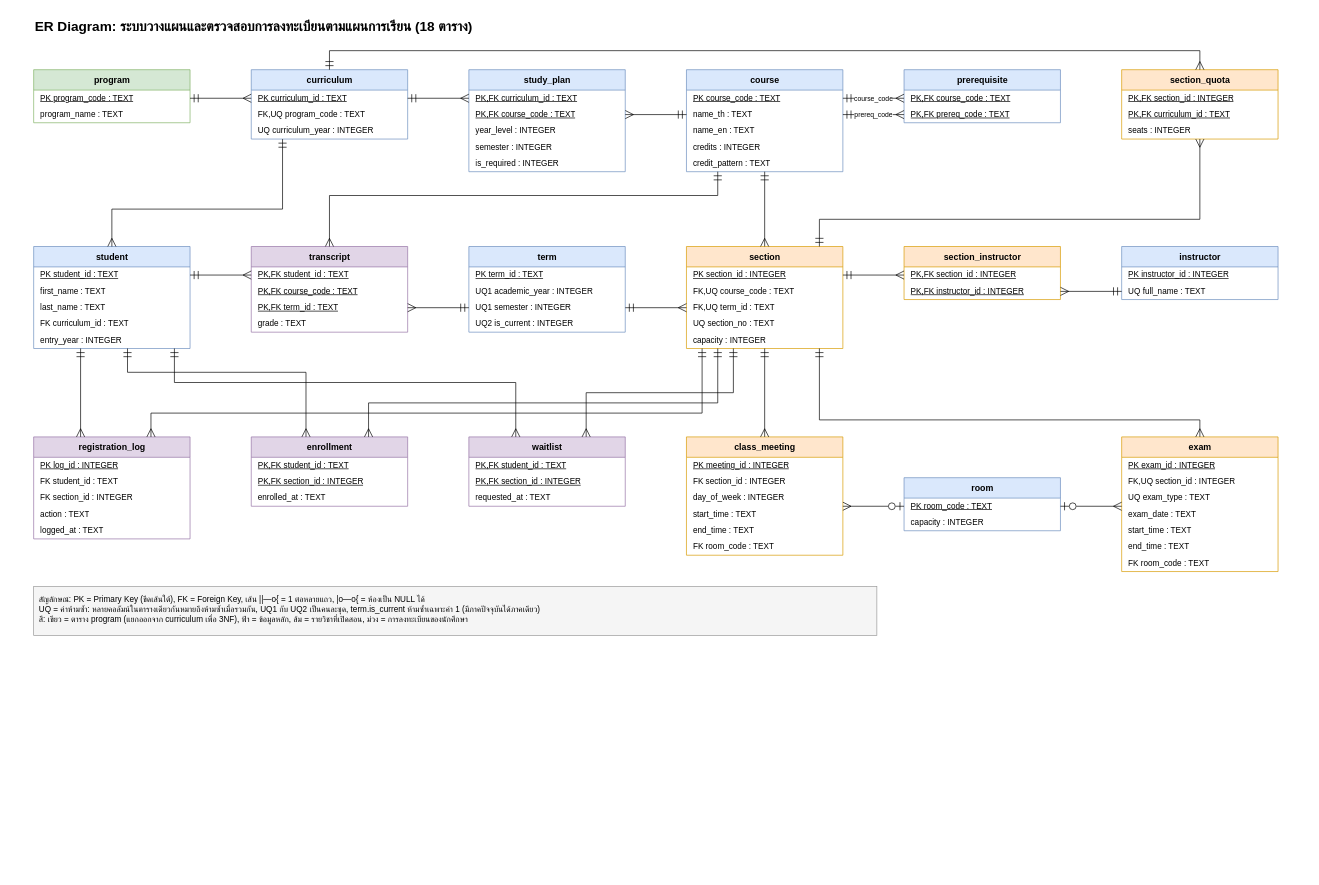
This is Diagrams/registration-er.drawio from winxtxrgit/db-mini-project-registration, a draw.io file, before an edit. Source tidied: cells renumbered, new cells numbered last; positions are measured from the earlier drawing's top-left corner, leaving out a move shared by most shapes. Both pictures are drawn from the tidied source at 68%, with x=0, y=0 at pixel (33, 12).
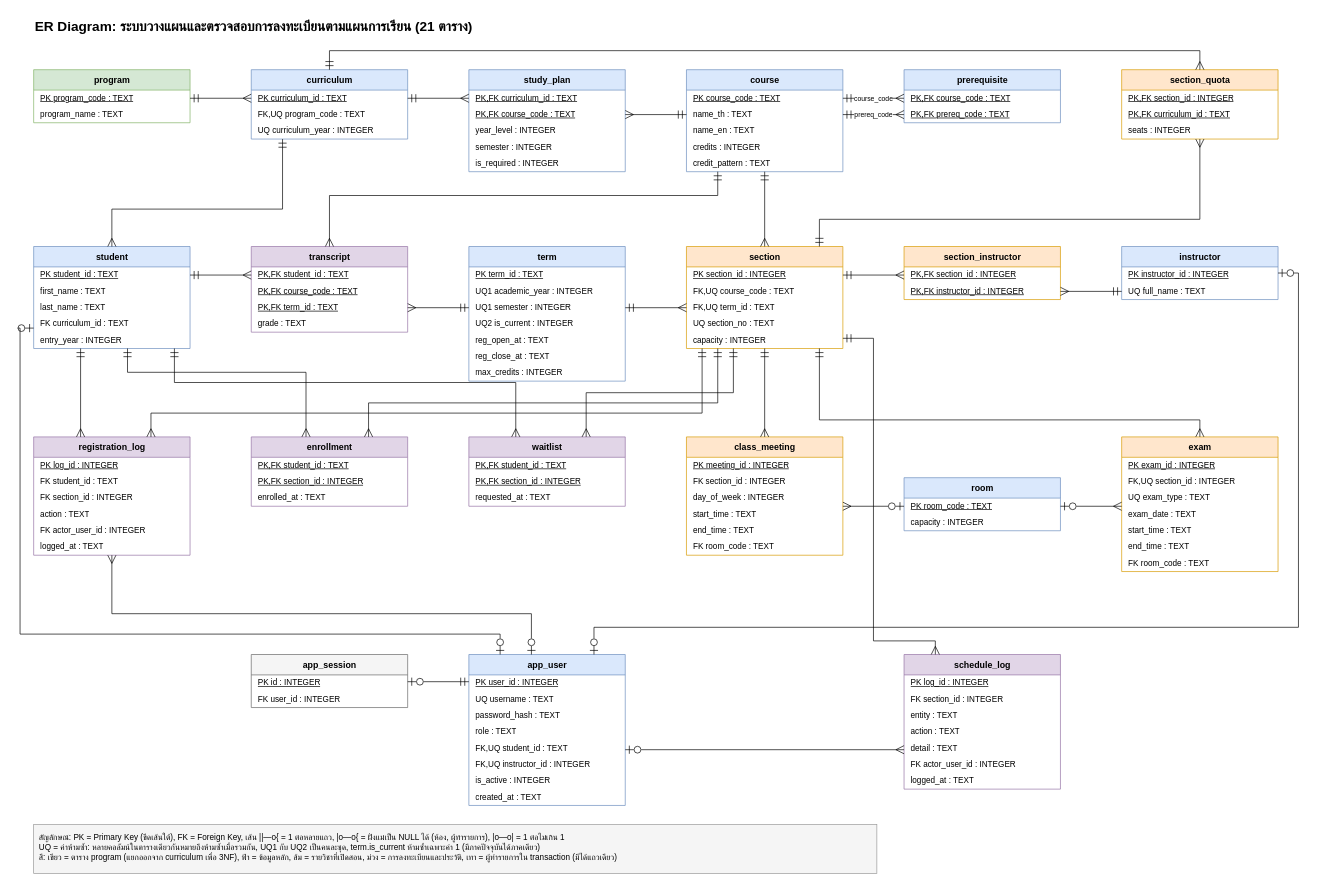
The same page after the edit.

Unchanged cells that the change refers to:
```xml
<mxCell id="29" value="student" style="swimlane;fontStyle=1;horizontal=1;startSize=30;html=1;fillColor=#dae8fc;strokeColor=#6c8ebf;fontSize=13;" parent="1" vertex="1">
  <mxGeometry y="345" width="230" height="150" as="geometry" />
</mxCell>
<mxCell id="35" value="transcript" style="swimlane;fontStyle=1;horizontal=1;startSize=30;html=1;fillColor=#e1d5e7;strokeColor=#9673a6;fontSize=13;" parent="1" vertex="1">
  <mxGeometry x="320" y="345" width="230" height="126" as="geometry" />
</mxCell>
<mxCell id="45" value="section" style="swimlane;fontStyle=1;horizontal=1;startSize=30;html=1;fillColor=#ffe6cc;strokeColor=#d79b00;fontSize=13;" parent="1" vertex="1">
  <mxGeometry x="960" y="345" width="230" height="150" as="geometry" />
</mxCell>
<mxCell id="54" value="instructor" style="swimlane;fontStyle=1;horizontal=1;startSize=30;html=1;fillColor=#dae8fc;strokeColor=#6c8ebf;fontSize=13;" parent="1" vertex="1">
  <mxGeometry x="1600" y="345" width="230" height="78" as="geometry" />
</mxCell>
```

Diff of the diagram source:
```diff
@@
-    <mxCell id="2" value="ER Diagram: ระบบวางแผนและตรวจสอบการลงทะเบียนตามแผนการเรียน (18 ตาราง)" style="text;html=1;fontSize=20;fontStyle=1;align=left;verticalAlign=middle;" parent="1" vertex="1">
+    <mxCell id="2" value="ER Diagram: ระบบวางแผนและตรวจสอบการลงทะเบียนตามแผนการเรียน (21 ตาราง)" style="text;html=1;fontSize=20;fontStyle=1;align=left;verticalAlign=middle;" parent="1" vertex="1">
       <mxGeometry width="1000" height="40" as="geometry" />
     </mxCell>
@@
     <mxCell id="40" value="term" style="swimlane;fontStyle=1;horizontal=1;startSize=30;html=1;fillColor=#dae8fc;strokeColor=#6c8ebf;fontSize=13;" parent="1" vertex="1">
-      <mxGeometry x="640" y="345" width="230" height="126" as="geometry" />
+      <mxGeometry x="640" y="345" width="230" height="198" as="geometry" />
     </mxCell>
@@
     <mxCell id="57" value="registration_log" style="swimlane;fontStyle=1;horizontal=1;startSize=30;html=1;fillColor=#e1d5e7;strokeColor=#9673a6;fontSize=13;" parent="1" vertex="1">
-      <mxGeometry y="625" width="230" height="150" as="geometry" />
+      <mxGeometry y="625" width="230" height="174" as="geometry" />
     </mxCell>
@@
-    <mxCell id="62" value="logged_at : TEXT" style="text;strokeColor=none;fillColor=none;align=left;verticalAlign=middle;spacingLeft=8;spacingRight=4;overflow=hidden;fontStyle=0;fontSize=12;html=1;" parent="57" vertex="1">
+    <mxCell id="62" value="FK  actor_user_id : INTEGER" style="text;strokeColor=none;fillColor=none;align=left;verticalAlign=middle;spacingLeft=8;spacingRight=4;overflow=hidden;fontStyle=0;fontSize=12;html=1;" parent="57" vertex="1">
       <mxGeometry y="126" width="230" height="24" as="geometry" />
     </mxCell>
+    <mxCell id="115" value="logged_at : TEXT" style="text;strokeColor=none;fillColor=none;align=left;verticalAlign=middle;spacingLeft=8;spacingRight=4;overflow=hidden;fontStyle=0;fontSize=12;html=1;" parent="57" vertex="1">
+      <mxGeometry y="150" width="230" height="24" as="geometry" />
+    </mxCell>
@@
-    <mxCell id="100" style="edgeStyle=none;rounded=0;html=1;endArrow=ERmany;startArrow=ERmandOne;endFill=0;startFill=0;endSize=10;startSize=10;fontSize=10;labelBackgroundColor=#ffffff;exitX=0.0000;exitY=0.7143;exitDx=0;exitDy=0;exitPerimeter=0;entryX=1.0000;entryY=0.7143;entryDx=0;entryDy=0;entryPerimeter=0;" parent="1" edge="1" source="40" target="35">
+    <mxCell id="100" style="edgeStyle=none;rounded=0;html=1;endArrow=ERmany;startArrow=ERmandOne;endFill=0;startFill=0;endSize=10;startSize=10;fontSize=10;labelBackgroundColor=#ffffff;exitX=0.0000;exitY=0.4546;exitDx=0;exitDy=0;exitPerimeter=0;entryX=1.0000;entryY=0.7143;entryDx=0;entryDy=0;entryPerimeter=0;" parent="1" edge="1" source="40" target="35">
       <mxGeometry relative="1" as="geometry" />
     </mxCell>
-    <mxCell id="101" style="edgeStyle=none;rounded=0;html=1;endArrow=ERmany;startArrow=ERmandOne;endFill=0;startFill=0;endSize=10;startSize=10;fontSize=10;labelBackgroundColor=#ffffff;exitX=1.0000;exitY=0.7143;exitDx=0;exitDy=0;exitPerimeter=0;entryX=0.0000;entryY=0.6000;entryDx=0;entryDy=0;entryPerimeter=0;" parent="1" edge="1" source="40" target="45">
+    <mxCell id="101" style="edgeStyle=none;rounded=0;html=1;endArrow=ERmany;startArrow=ERmandOne;endFill=0;startFill=0;endSize=10;startSize=10;fontSize=10;labelBackgroundColor=#ffffff;exitX=1.0000;exitY=0.4546;exitDx=0;exitDy=0;exitPerimeter=0;entryX=0.0000;entryY=0.6000;entryDx=0;entryDy=0;entryPerimeter=0;" parent="1" edge="1" source="40" target="45">
       <mxGeometry relative="1" as="geometry" />
     </mxCell>
@@
-    <mxCell id="114" value="สัญลักษณ์: PK = Primary Key (ขีดเส้นใต้), FK = Foreign Key, เส้น ||—o{ = 1 ต่อหลายแถว, |o—o{ = ห้องเป็น NULL ได้&lt;br&gt;UQ = ค่าห้ามซ้ำ: หลายคอลัมน์ในตารางเดียวกันหมายถึงห้ามซ้ำเมื่อรวมกัน, UQ1 กับ UQ2 เป็นคนละชุด, term.is_current ห้ามซ้ำเฉพาะค่า 1 (มีภาคปัจจุบันได้ภาคเดียว)&lt;br&gt;สี: เขียว = ตาราง program (แยกออกจาก curriculum เพื่อ 3NF), ฟ้า = ข้อมูลหลัก, ส้ม = รายวิชาที่เปิดสอน, ม่วง = การลงทะเบียนของนักศึกษา" style="text;html=1;fontSize=12;align=left;verticalAlign=top;whiteSpace=wrap;strokeColor=#999999;fillColor=#f5f5f5;spacing=8;" parent="1" vertex="1">
-      <mxGeometry y="845" width="1240" height="72" as="geometry" />
+    <mxCell id="114" value="สัญลักษณ์: PK = Primary Key (ขีดเส้นใต้), FK = Foreign Key, เส้น ||—o{ = 1 ต่อหลายแถว, |o—o{ = ฝั่งแม่เป็น NULL ได้ (ห้อง, ผู้ทำรายการ), |o—o| = 1 ต่อไม่เกิน 1&lt;br&gt;UQ = ค่าห้ามซ้ำ: หลายคอลัมน์ในตารางเดียวกันหมายถึงห้ามซ้ำเมื่อรวมกัน, UQ1 กับ UQ2 เป็นคนละชุด, term.is_current ห้ามซ้ำเฉพาะค่า 1 (มีภาคปัจจุบันได้ภาคเดียว)&lt;br&gt;สี: เขียว = ตาราง program (แยกออกจาก curriculum เพื่อ 3NF), ฟ้า = ข้อมูลหลัก, ส้ม = รายวิชาที่เปิดสอน, ม่วง = การลงทะเบียนและประวัติ, เทา = ผู้ทำรายการใน transaction (มีได้แถวเดียว)" style="text;html=1;fontSize=12;align=left;verticalAlign=top;whiteSpace=wrap;strokeColor=#999999;fillColor=#f5f5f5;spacing=8;" parent="1" vertex="1">
+      <mxGeometry y="1195" width="1240" height="72" as="geometry" />
     </mxCell>
+    <mxCell id="116" value="reg_open_at : TEXT" style="text;strokeColor=none;fillColor=none;align=left;verticalAlign=middle;spacingLeft=8;spacingRight=4;overflow=hidden;fontStyle=0;fontSize=12;html=1;" parent="40" vertex="1">
+      <mxGeometry y="126" width="230" height="24" as="geometry" />
+    </mxCell>
+    <mxCell id="117" value="reg_close_at : TEXT" style="text;strokeColor=none;fillColor=none;align=left;verticalAlign=middle;spacingLeft=8;spacingRight=4;overflow=hidden;fontStyle=0;fontSize=12;html=1;" parent="40" vertex="1">
+      <mxGeometry y="150" width="230" height="24" as="geometry" />
+    </mxCell>
+    <mxCell id="118" value="max_credits : INTEGER" style="text;strokeColor=none;fillColor=none;align=left;verticalAlign=middle;spacingLeft=8;spacingRight=4;overflow=hidden;fontStyle=0;fontSize=12;html=1;" parent="40" vertex="1">
+      <mxGeometry y="174" width="230" height="24" as="geometry" />
+    </mxCell>
+    <mxCell id="119" value="app_session" style="swimlane;fontStyle=1;horizontal=1;startSize=30;html=1;fillColor=#f5f5f5;strokeColor=#666666;fontSize=13;" parent="1" vertex="1">
+      <mxGeometry x="320" y="945" width="230" height="78" as="geometry" />
+    </mxCell>
+    <mxCell id="120" value="PK  id : INTEGER" style="text;strokeColor=none;fillColor=none;align=left;verticalAlign=middle;spacingLeft=8;spacingRight=4;overflow=hidden;fontStyle=4;fontSize=12;html=1;" parent="119" vertex="1">
+      <mxGeometry y="30" width="230" height="24" as="geometry" />
+    </mxCell>
+    <mxCell id="121" value="FK  user_id : INTEGER" style="text;strokeColor=none;fillColor=none;align=left;verticalAlign=middle;spacingLeft=8;spacingRight=4;overflow=hidden;fontStyle=0;fontSize=12;html=1;" parent="119" vertex="1">
+      <mxGeometry y="54" width="230" height="24" as="geometry" />
+    </mxCell>
+    <mxCell id="122" value="app_user" style="swimlane;fontStyle=1;horizontal=1;startSize=30;html=1;fillColor=#dae8fc;strokeColor=#6c8ebf;fontSize=13;" parent="1" vertex="1">
+      <mxGeometry x="640" y="945" width="230" height="222" as="geometry" />
+    </mxCell>
+    <mxCell id="123" value="PK  user_id : INTEGER" style="text;strokeColor=none;fillColor=none;align=left;verticalAlign=middle;spacingLeft=8;spacingRight=4;overflow=hidden;fontStyle=4;fontSize=12;html=1;" parent="122" vertex="1">
+      <mxGeometry y="30" width="230" height="24" as="geometry" />
+    </mxCell>
+    <mxCell id="124" value="UQ  username : TEXT" style="text;strokeColor=none;fillColor=none;align=left;verticalAlign=middle;spacingLeft=8;spacingRight=4;overflow=hidden;fontStyle=0;fontSize=12;html=1;" parent="122" vertex="1">
+      <mxGeometry y="54" width="230" height="24" as="geometry" />
+    </mxCell>
+    <mxCell id="125" value="password_hash : TEXT" style="text;strokeColor=none;fillColor=none;align=left;verticalAlign=middle;spacingLeft=8;spacingRight=4;overflow=hidden;fontStyle=0;fontSize=12;html=1;" parent="122" vertex="1">
+      <mxGeometry y="78" width="230" height="24" as="geometry" />
+    </mxCell>
+    <mxCell id="126" value="role : TEXT" style="text;strokeColor=none;fillColor=none;align=left;verticalAlign=middle;spacingLeft=8;spacingRight=4;overflow=hidden;fontStyle=0;fontSize=12;html=1;" parent="122" vertex="1">
+      <mxGeometry y="102" width="230" height="24" as="geometry" />
+    </mxCell>
+    <mxCell id="127" value="FK,UQ  student_id : TEXT" style="text;strokeColor=none;fillColor=none;align=left;verticalAlign=middle;spacingLeft=8;spacingRight=4;overflow=hidden;fontStyle=0;fontSize=12;html=1;" parent="122" vertex="1">
+      <mxGeometry y="126" width="230" height="24" as="geometry" />
+    </mxCell>
+    <mxCell id="128" value="FK,UQ  instructor_id : INTEGER" style="text;strokeColor=none;fillColor=none;align=left;verticalAlign=middle;spacingLeft=8;spacingRight=4;overflow=hidden;fontStyle=0;fontSize=12;html=1;" parent="122" vertex="1">
+      <mxGeometry y="150" width="230" height="24" as="geometry" />
+    </mxCell>
+    <mxCell id="129" value="is_active : INTEGER" style="text;strokeColor=none;fillColor=none;align=left;verticalAlign=middle;spacingLeft=8;spacingRight=4;overflow=hidden;fontStyle=0;fontSize=12;html=1;" parent="122" vertex="1">
+      <mxGeometry y="174" width="230" height="24" as="geometry" />
+    </mxCell>
+    <mxCell id="130" value="created_at : TEXT" style="text;strokeColor=none;fillColor=none;align=left;verticalAlign=middle;spacingLeft=8;spacingRight=4;overflow=hidden;fontStyle=0;fontSize=12;html=1;" parent="122" vertex="1">
+      <mxGeometry y="198" width="230" height="24" as="geometry" />
+    </mxCell>
+    <mxCell id="131" value="schedule_log" style="swimlane;fontStyle=1;horizontal=1;startSize=30;html=1;fillColor=#e1d5e7;strokeColor=#9673a6;fontSize=13;" parent="1" vertex="1">
+      <mxGeometry x="1280" y="945" width="230" height="198" as="geometry" />
+    </mxCell>
+    <mxCell id="132" value="PK  log_id : INTEGER" style="text;strokeColor=none;fillColor=none;align=left;verticalAlign=middle;spacingLeft=8;spacingRight=4;overflow=hidden;fontStyle=4;fontSize=12;html=1;" parent="131" vertex="1">
+      <mxGeometry y="30" width="230" height="24" as="geometry" />
+    </mxCell>
+    <mxCell id="133" value="FK  section_id : INTEGER" style="text;strokeColor=none;fillColor=none;align=left;verticalAlign=middle;spacingLeft=8;spacingRight=4;overflow=hidden;fontStyle=0;fontSize=12;html=1;" parent="131" vertex="1">
+      <mxGeometry y="54" width="230" height="24" as="geometry" />
+    </mxCell>
+    <mxCell id="134" value="entity : TEXT" style="text;strokeColor=none;fillColor=none;align=left;verticalAlign=middle;spacingLeft=8;spacingRight=4;overflow=hidden;fontStyle=0;fontSize=12;html=1;" parent="131" vertex="1">
+      <mxGeometry y="78" width="230" height="24" as="geometry" />
+    </mxCell>
+    <mxCell id="135" value="action : TEXT" style="text;strokeColor=none;fillColor=none;align=left;verticalAlign=middle;spacingLeft=8;spacingRight=4;overflow=hidden;fontStyle=0;fontSize=12;html=1;" parent="131" vertex="1">
+      <mxGeometry y="102" width="230" height="24" as="geometry" />
+    </mxCell>
+    <mxCell id="136" value="detail : TEXT" style="text;strokeColor=none;fillColor=none;align=left;verticalAlign=middle;spacingLeft=8;spacingRight=4;overflow=hidden;fontStyle=0;fontSize=12;html=1;" parent="131" vertex="1">
+      <mxGeometry y="126" width="230" height="24" as="geometry" />
+    </mxCell>
+    <mxCell id="137" value="FK  actor_user_id : INTEGER" style="text;strokeColor=none;fillColor=none;align=left;verticalAlign=middle;spacingLeft=8;spacingRight=4;overflow=hidden;fontStyle=0;fontSize=12;html=1;" parent="131" vertex="1">
+      <mxGeometry y="150" width="230" height="24" as="geometry" />
+    </mxCell>
+    <mxCell id="138" value="logged_at : TEXT" style="text;strokeColor=none;fillColor=none;align=left;verticalAlign=middle;spacingLeft=8;spacingRight=4;overflow=hidden;fontStyle=0;fontSize=12;html=1;" parent="131" vertex="1">
+      <mxGeometry y="174" width="230" height="24" as="geometry" />
+    </mxCell>
+    <mxCell id="139" style="edgeStyle=none;rounded=0;html=1;endArrow=ERzeroToOne;startArrow=ERzeroToOne;endFill=0;startFill=0;endSize=10;startSize=10;fontSize=10;labelBackgroundColor=#ffffff;exitX=0.0000;exitY=0.8000;exitDx=0;exitDy=0;exitPerimeter=0;entryX=0.2000;entryY=0.0000;entryDx=0;entryDy=0;entryPerimeter=0;" parent="1" edge="1" source="29" target="122">
+      <mxGeometry relative="1" as="geometry">
+        <Array as="points">
+          <mxPoint x="-20" y="465" />
+          <mxPoint x="-20" y="915" />
+          <mxPoint x="686" y="915" />
+        </Array>
+      </mxGeometry>
+    </mxCell>
+    <mxCell id="140" style="edgeStyle=none;rounded=0;html=1;endArrow=ERmany;startArrow=ERzeroToOne;endFill=0;startFill=0;endSize=10;startSize=10;fontSize=10;labelBackgroundColor=#ffffff;exitX=0.4000;exitY=0.0000;exitDx=0;exitDy=0;exitPerimeter=0;entryX=0.5000;entryY=1.0000;entryDx=0;entryDy=0;entryPerimeter=0;" parent="1" edge="1" source="122" target="57">
+      <mxGeometry relative="1" as="geometry">
+        <Array as="points">
+          <mxPoint x="732" y="885" />
+          <mxPoint x="115" y="885" />
+        </Array>
+      </mxGeometry>
+    </mxCell>
+    <mxCell id="141" style="edgeStyle=none;rounded=0;html=1;endArrow=ERzeroToOne;startArrow=ERzeroToOne;endFill=0;startFill=0;endSize=10;startSize=10;fontSize=10;labelBackgroundColor=#ffffff;exitX=1.0000;exitY=0.5000;exitDx=0;exitDy=0;exitPerimeter=0;entryX=0.8000;entryY=0.0000;entryDx=0;entryDy=0;entryPerimeter=0;" parent="1" edge="1" source="54" target="122">
+      <mxGeometry relative="1" as="geometry">
+        <Array as="points">
+          <mxPoint x="1860" y="384" />
+          <mxPoint x="1860" y="905" />
+          <mxPoint x="824" y="905" />
+        </Array>
+      </mxGeometry>
+    </mxCell>
+    <mxCell id="142" style="edgeStyle=none;rounded=0;html=1;endArrow=ERzeroToOne;startArrow=ERmandOne;endFill=0;startFill=0;endSize=10;startSize=10;fontSize=10;labelBackgroundColor=#ffffff;exitX=0.0000;exitY=0.1802;exitDx=0;exitDy=0;exitPerimeter=0;entryX=1.0000;entryY=0.5128;entryDx=0;entryDy=0;entryPerimeter=0;" parent="1" edge="1" source="122" target="119">
+      <mxGeometry relative="1" as="geometry" />
+    </mxCell>
+    <mxCell id="143" style="edgeStyle=none;rounded=0;html=1;endArrow=ERmany;startArrow=ERzeroToOne;endFill=0;startFill=0;endSize=10;startSize=10;fontSize=10;labelBackgroundColor=#ffffff;exitX=1.0000;exitY=0.6306;exitDx=0;exitDy=0;exitPerimeter=0;entryX=0.0000;entryY=0.7071;entryDx=0;entryDy=0;entryPerimeter=0;" parent="1" edge="1" source="122" target="131">
+      <mxGeometry relative="1" as="geometry" />
+    </mxCell>
+    <mxCell id="144" style="edgeStyle=none;rounded=0;html=1;endArrow=ERmany;startArrow=ERmandOne;endFill=0;startFill=0;endSize=10;startSize=10;fontSize=10;labelBackgroundColor=#ffffff;exitX=1.0000;exitY=0.9000;exitDx=0;exitDy=0;exitPerimeter=0;entryX=0.2000;entryY=0.0000;entryDx=0;entryDy=0;entryPerimeter=0;" parent="1" edge="1" source="45" target="131">
+      <mxGeometry relative="1" as="geometry">
+        <Array as="points">
+          <mxPoint x="1235" y="480" />
+          <mxPoint x="1235" y="925" />
+          <mxPoint x="1326" y="925" />
+        </Array>
+      </mxGeometry>
+    </mxCell>
```
